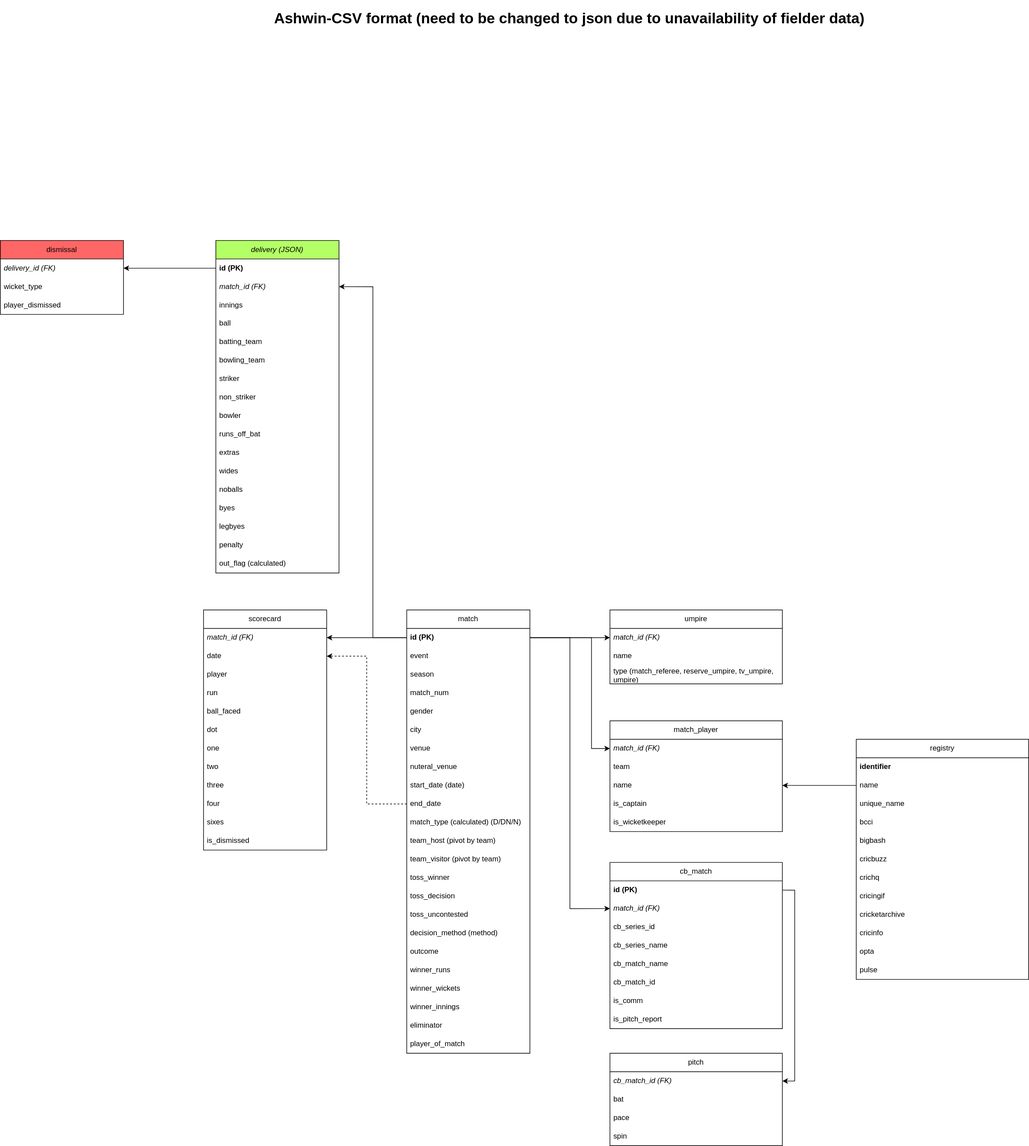
This is project/design/Cricsheet_DataModel_csv.svg from shyamdr/Dream11, a draw.io export, as it was before one commit. Source tidied: cells renumbered, new cells last; positions are measured from the earlier drawing's top-left corner, leaving out a move shared by most shapes.
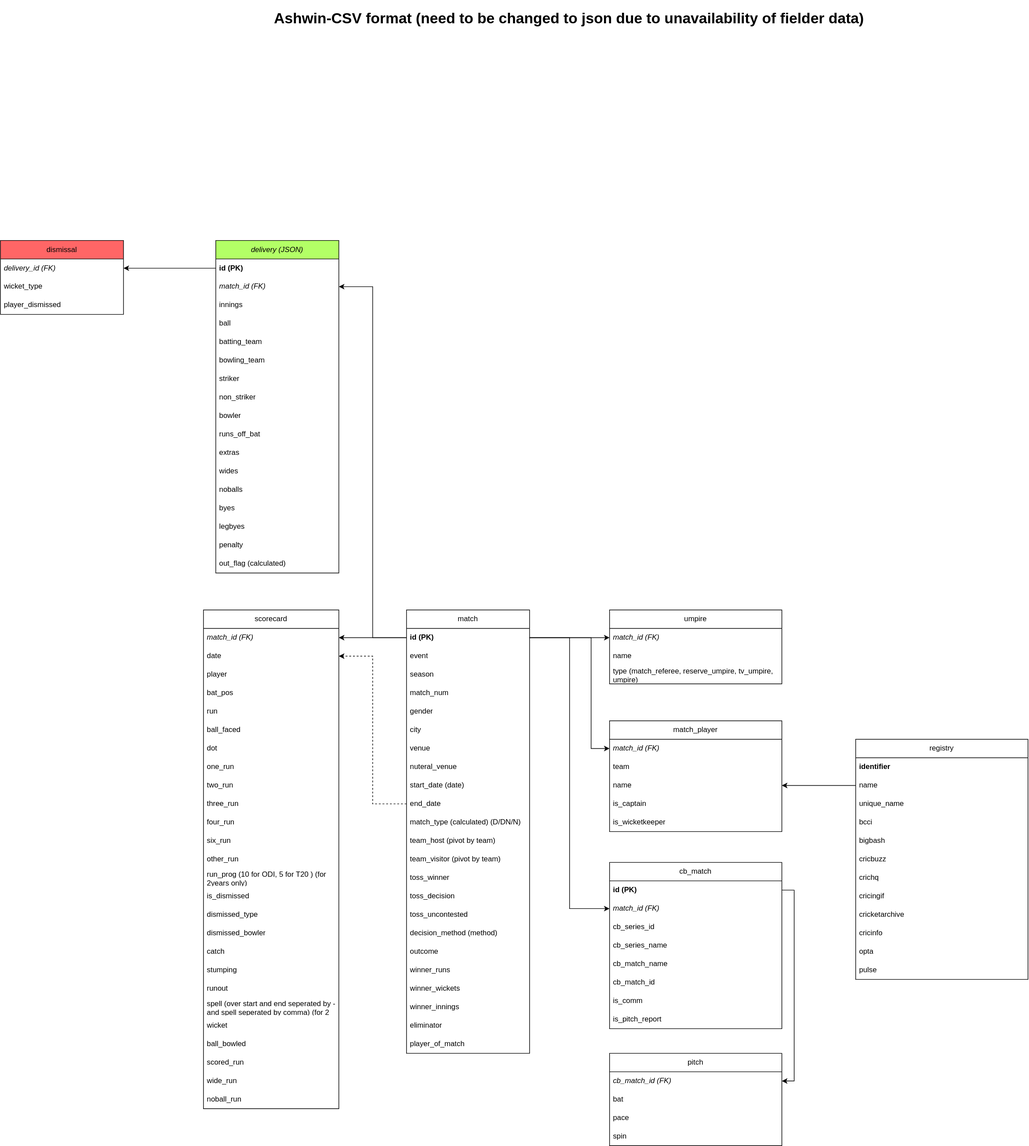
The same file after the commit.

Commit message:
updating Data model

Change to the diagram source:
```diff
@@ -281,44 +281,86 @@
       <mxGeometry relative="1" as="geometry" />
     </mxCell>
     <mxCell id="93" value="scorecard" style="swimlane;fontStyle=0;horizontal=1;startSize=30;whiteSpace=wrap;html=1;" parent="1" vertex="1">
-      <mxGeometry x="330" y="980" width="200" height="390" as="geometry" />
+      <mxGeometry x="330" y="980" width="220" height="810" as="geometry" />
     </mxCell>
     <mxCell id="94" value="&lt;i style=&quot;&quot;&gt;match_id (FK)&lt;/i&gt;" style="text;strokeColor=none;fillColor=none;align=left;verticalAlign=middle;spacingLeft=4;spacingRight=4;overflow=hidden;points=[[0,0.5],[1,0.5]];portConstraint=eastwest;whiteSpace=wrap;html=1;" parent="93" vertex="1">
-      <mxGeometry y="30" width="200" height="30" as="geometry" />
+      <mxGeometry y="30" width="220" height="30" as="geometry" />
     </mxCell>
     <mxCell id="95" value="date" style="text;strokeColor=none;fillColor=none;align=left;verticalAlign=middle;spacingLeft=4;spacingRight=4;overflow=hidden;points=[[0,0.5],[1,0.5]];portConstraint=eastwest;whiteSpace=wrap;html=1;" parent="93" vertex="1">
-      <mxGeometry y="60" width="200" height="30" as="geometry" />
+      <mxGeometry y="60" width="220" height="30" as="geometry" />
     </mxCell>
     <mxCell id="96" value="player" style="text;strokeColor=none;fillColor=none;align=left;verticalAlign=middle;spacingLeft=4;spacingRight=4;overflow=hidden;whiteSpace=wrap;html=1;" parent="93" vertex="1">
-      <mxGeometry y="90" width="200" height="30" as="geometry" />
+      <mxGeometry y="90" width="220" height="30" as="geometry" />
     </mxCell>
+    <mxCell id="108" value="bat_pos" style="text;strokeColor=none;fillColor=none;align=left;verticalAlign=middle;spacingLeft=4;spacingRight=4;overflow=hidden;whiteSpace=wrap;html=1;" parent="93" vertex="1">
+      <mxGeometry y="120" width="220" height="30" as="geometry" />
+    </mxCell>
     <mxCell id="97" value="run" style="text;strokeColor=none;fillColor=none;align=left;verticalAlign=middle;spacingLeft=4;spacingRight=4;overflow=hidden;whiteSpace=wrap;html=1;" parent="93" vertex="1">
-      <mxGeometry y="120" width="200" height="30" as="geometry" />
+      <mxGeometry y="150" width="220" height="30" as="geometry" />
     </mxCell>
     <mxCell id="98" value="ball_faced" style="text;strokeColor=none;fillColor=none;align=left;verticalAlign=middle;spacingLeft=4;spacingRight=4;overflow=hidden;whiteSpace=wrap;html=1;" parent="93" vertex="1">
-      <mxGeometry y="150" width="200" height="30" as="geometry" />
+      <mxGeometry y="180" width="220" height="30" as="geometry" />
     </mxCell>
     <mxCell id="99" value="dot" style="text;strokeColor=none;fillColor=none;align=left;verticalAlign=middle;spacingLeft=4;spacingRight=4;overflow=hidden;whiteSpace=wrap;html=1;" parent="93" vertex="1">
-      <mxGeometry y="180" width="200" height="30" as="geometry" />
+      <mxGeometry y="210" width="220" height="30" as="geometry" />
     </mxCell>
-    <mxCell id="100" value="one" style="text;strokeColor=none;fillColor=none;align=left;verticalAlign=middle;spacingLeft=4;spacingRight=4;overflow=hidden;whiteSpace=wrap;html=1;" parent="93" vertex="1">
-      <mxGeometry y="210" width="200" height="30" as="geometry" />
+    <mxCell id="100" value="one_run" style="text;strokeColor=none;fillColor=none;align=left;verticalAlign=middle;spacingLeft=4;spacingRight=4;overflow=hidden;whiteSpace=wrap;html=1;" parent="93" vertex="1">
+      <mxGeometry y="240" width="220" height="30" as="geometry" />
     </mxCell>
-    <mxCell id="101" value="two" style="text;strokeColor=none;fillColor=none;align=left;verticalAlign=middle;spacingLeft=4;spacingRight=4;overflow=hidden;whiteSpace=wrap;html=1;" parent="93" vertex="1">
-      <mxGeometry y="240" width="200" height="30" as="geometry" />
+    <mxCell id="101" value="two_run" style="text;strokeColor=none;fillColor=none;align=left;verticalAlign=middle;spacingLeft=4;spacingRight=4;overflow=hidden;whiteSpace=wrap;html=1;" parent="93" vertex="1">
+      <mxGeometry y="270" width="220" height="30" as="geometry" />
     </mxCell>
-    <mxCell id="102" value="three" style="text;strokeColor=none;fillColor=none;align=left;verticalAlign=middle;spacingLeft=4;spacingRight=4;overflow=hidden;whiteSpace=wrap;html=1;" parent="93" vertex="1">
-      <mxGeometry y="270" width="200" height="30" as="geometry" />
+    <mxCell id="102" value="three_run" style="text;strokeColor=none;fillColor=none;align=left;verticalAlign=middle;spacingLeft=4;spacingRight=4;overflow=hidden;whiteSpace=wrap;html=1;" parent="93" vertex="1">
+      <mxGeometry y="300" width="220" height="30" as="geometry" />
     </mxCell>
-    <mxCell id="103" value="four" style="text;strokeColor=none;fillColor=none;align=left;verticalAlign=middle;spacingLeft=4;spacingRight=4;overflow=hidden;whiteSpace=wrap;html=1;" parent="93" vertex="1">
-      <mxGeometry y="300" width="200" height="30" as="geometry" />
+    <mxCell id="103" value="four_run" style="text;strokeColor=none;fillColor=none;align=left;verticalAlign=middle;spacingLeft=4;spacingRight=4;overflow=hidden;whiteSpace=wrap;html=1;" parent="93" vertex="1">
+      <mxGeometry y="330" width="220" height="30" as="geometry" />
     </mxCell>
-    <mxCell id="104" value="sixes" style="text;strokeColor=none;fillColor=none;align=left;verticalAlign=middle;spacingLeft=4;spacingRight=4;overflow=hidden;whiteSpace=wrap;html=1;" parent="93" vertex="1">
-      <mxGeometry y="330" width="200" height="30" as="geometry" />
+    <mxCell id="104" value="six_run" style="text;strokeColor=none;fillColor=none;align=left;verticalAlign=middle;spacingLeft=4;spacingRight=4;overflow=hidden;whiteSpace=wrap;html=1;" parent="93" vertex="1">
+      <mxGeometry y="360" width="220" height="30" as="geometry" />
     </mxCell>
+    <mxCell id="109" value="other_run" style="text;strokeColor=none;fillColor=none;align=left;verticalAlign=middle;spacingLeft=4;spacingRight=4;overflow=hidden;whiteSpace=wrap;html=1;" parent="93" vertex="1">
+      <mxGeometry y="390" width="220" height="30" as="geometry" />
+    </mxCell>
+    <mxCell id="110" value="run_prog (10 for ODI, 5 for T20 ) (for&amp;nbsp; 2years only)" style="text;strokeColor=none;fillColor=none;align=left;verticalAlign=middle;spacingLeft=4;spacingRight=4;overflow=hidden;whiteSpace=wrap;html=1;" parent="93" vertex="1">
+      <mxGeometry y="420" width="220" height="30" as="geometry" />
+    </mxCell>
     <mxCell id="105" value="is_dismissed" style="text;strokeColor=none;fillColor=none;align=left;verticalAlign=middle;spacingLeft=4;spacingRight=4;overflow=hidden;whiteSpace=wrap;html=1;" parent="93" vertex="1">
-      <mxGeometry y="360" width="200" height="30" as="geometry" />
+      <mxGeometry y="450" width="220" height="30" as="geometry" />
     </mxCell>
+    <mxCell id="111" value="dismissed_type" style="text;strokeColor=none;fillColor=none;align=left;verticalAlign=middle;spacingLeft=4;spacingRight=4;overflow=hidden;whiteSpace=wrap;html=1;" parent="93" vertex="1">
+      <mxGeometry y="480" width="220" height="30" as="geometry" />
+    </mxCell>
+    <mxCell id="112" value="dismissed_bowler" style="text;strokeColor=none;fillColor=none;align=left;verticalAlign=middle;spacingLeft=4;spacingRight=4;overflow=hidden;whiteSpace=wrap;html=1;" parent="93" vertex="1">
+      <mxGeometry y="510" width="220" height="30" as="geometry" />
+    </mxCell>
+    <mxCell id="113" value="catch" style="text;strokeColor=none;fillColor=none;align=left;verticalAlign=middle;spacingLeft=4;spacingRight=4;overflow=hidden;whiteSpace=wrap;html=1;" parent="93" vertex="1">
+      <mxGeometry y="540" width="220" height="30" as="geometry" />
+    </mxCell>
+    <mxCell id="114" value="stumping" style="text;strokeColor=none;fillColor=none;align=left;verticalAlign=middle;spacingLeft=4;spacingRight=4;overflow=hidden;whiteSpace=wrap;html=1;" parent="93" vertex="1">
+      <mxGeometry y="570" width="220" height="30" as="geometry" />
+    </mxCell>
+    <mxCell id="115" value="runout" style="text;strokeColor=none;fillColor=none;align=left;verticalAlign=middle;spacingLeft=4;spacingRight=4;overflow=hidden;whiteSpace=wrap;html=1;" parent="93" vertex="1">
+      <mxGeometry y="600" width="220" height="30" as="geometry" />
+    </mxCell>
+    <mxCell id="116" value="spell (over start and end seperated by - and spell seperated by comma) (for 2 years only)" style="text;strokeColor=none;fillColor=none;align=left;verticalAlign=middle;spacingLeft=4;spacingRight=4;overflow=hidden;whiteSpace=wrap;html=1;" parent="93" vertex="1">
+      <mxGeometry y="630" width="220" height="30" as="geometry" />
+    </mxCell>
+    <mxCell id="117" value="wicket" style="text;strokeColor=none;fillColor=none;align=left;verticalAlign=middle;spacingLeft=4;spacingRight=4;overflow=hidden;whiteSpace=wrap;html=1;" parent="93" vertex="1">
+      <mxGeometry y="660" width="220" height="30" as="geometry" />
+    </mxCell>
+    <mxCell id="118" value="ball_bowled" style="text;strokeColor=none;fillColor=none;align=left;verticalAlign=middle;spacingLeft=4;spacingRight=4;overflow=hidden;whiteSpace=wrap;html=1;" parent="93" vertex="1">
+      <mxGeometry y="690" width="220" height="30" as="geometry" />
+    </mxCell>
+    <mxCell id="119" value="scored_run" style="text;strokeColor=none;fillColor=none;align=left;verticalAlign=middle;spacingLeft=4;spacingRight=4;overflow=hidden;whiteSpace=wrap;html=1;" parent="93" vertex="1">
+      <mxGeometry y="720" width="220" height="30" as="geometry" />
+    </mxCell>
+    <mxCell id="120" value="wide_run" style="text;strokeColor=none;fillColor=none;align=left;verticalAlign=middle;spacingLeft=4;spacingRight=4;overflow=hidden;whiteSpace=wrap;html=1;" parent="93" vertex="1">
+      <mxGeometry y="750" width="220" height="30" as="geometry" />
+    </mxCell>
+    <mxCell id="121" value="noball_run" style="text;strokeColor=none;fillColor=none;align=left;verticalAlign=middle;spacingLeft=4;spacingRight=4;overflow=hidden;whiteSpace=wrap;html=1;" parent="93" vertex="1">
+      <mxGeometry y="780" width="220" height="30" as="geometry" />
+    </mxCell>
     <mxCell id="106" style="edgeStyle=orthogonalEdgeStyle;rounded=0;jettySize=auto;html=1;exitX=0;exitY=0.5;exitDx=0;exitDy=0;" parent="1" edge="1" source="4" target="94">
       <mxGeometry relative="1" as="geometry" />
     </mxCell>
```
